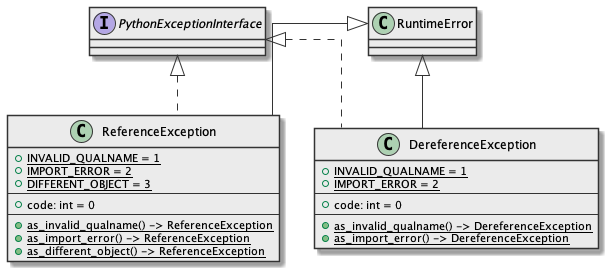
Earlier version of the PlantUML export docs/_static/architecture.class-diagram.png (md-py/md.python). Source of this version:
```plantuml
@startuml

skinparam class {
  BackgroundColor #ebebeb
  ArrowColor      #333
  BorderColor     #333
}

skinparam lineType ortho

interface PythonExceptionInterface {}

class ReferenceException extends RuntimeError implements PythonExceptionInterface  {
  + {static} INVALID_QUALNAME = 1
  + {static} IMPORT_ERROR = 2
  + {static} DIFFERENT_OBJECT = 3
  ---
  + code: int = 0
  ---
  + {static} as_invalid_qualname() -> ReferenceException
  + {static} as_import_error() -> ReferenceException
  + {static} as_different_object() -> ReferenceException
}

class DereferenceException extends RuntimeError implements PythonExceptionInterface{
  + {static} INVALID_QUALNAME = 1
  + {static} IMPORT_ERROR = 2
  ---
  + code: int = 0
  ---
  + {static} as_invalid_qualname() -> DereferenceException
  + {static} as_import_error() -> DereferenceException
}
@enduml
```
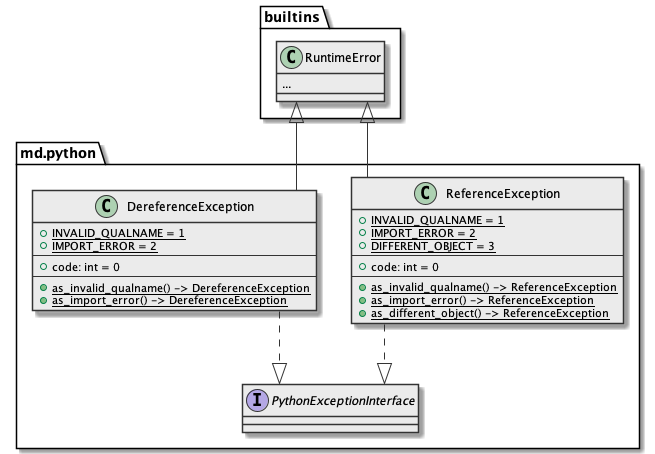
The same diagram one commit later.

Commit message:
enhancement: clarify component packages on architecture class diagram

The edit, as a diff of the source:
```diff
@@ -8,27 +8,38 @@
 
 skinparam lineType ortho
 
-interface PythonExceptionInterface {}
-
-class ReferenceException extends RuntimeError implements PythonExceptionInterface  {
-  + {static} INVALID_QUALNAME = 1
-  + {static} IMPORT_ERROR = 2
-  + {static} DIFFERENT_OBJECT = 3
-  ---
-  + code: int = 0
-  ---
-  + {static} as_invalid_qualname() -> ReferenceException
-  + {static} as_import_error() -> ReferenceException
-  + {static} as_different_object() -> ReferenceException
+package builtins {
+  class RuntimeError {
+    ...
+  }
 }
 
-class DereferenceException extends RuntimeError implements PythonExceptionInterface{
-  + {static} INVALID_QUALNAME = 1
-  + {static} IMPORT_ERROR = 2
-  ---
-  + code: int = 0
-  ---
-  + {static} as_invalid_qualname() -> DereferenceException
-  + {static} as_import_error() -> DereferenceException
+package md.python {
+  interface PythonExceptionInterface {}
+
+  class ReferenceException extends RuntimeError {
+    + {static} INVALID_QUALNAME = 1
+    + {static} IMPORT_ERROR = 2
+    + {static} DIFFERENT_OBJECT = 3
+    ---
+    + code: int = 0
+    ---
+    + {static} as_invalid_qualname() -> ReferenceException
+    + {static} as_import_error() -> ReferenceException
+    + {static} as_different_object() -> ReferenceException
+  }
+
+  class DereferenceException extends RuntimeError {
+    + {static} INVALID_QUALNAME = 1
+    + {static} IMPORT_ERROR = 2
+    ---
+    + code: int = 0
+    ---
+    + {static} as_invalid_qualname() -> DereferenceException
+    + {static} as_import_error() -> DereferenceException
+  }
+
+  ReferenceException ..|> PythonExceptionInterface
+  DereferenceException ..|> PythonExceptionInterface
 }
 @enduml
```
